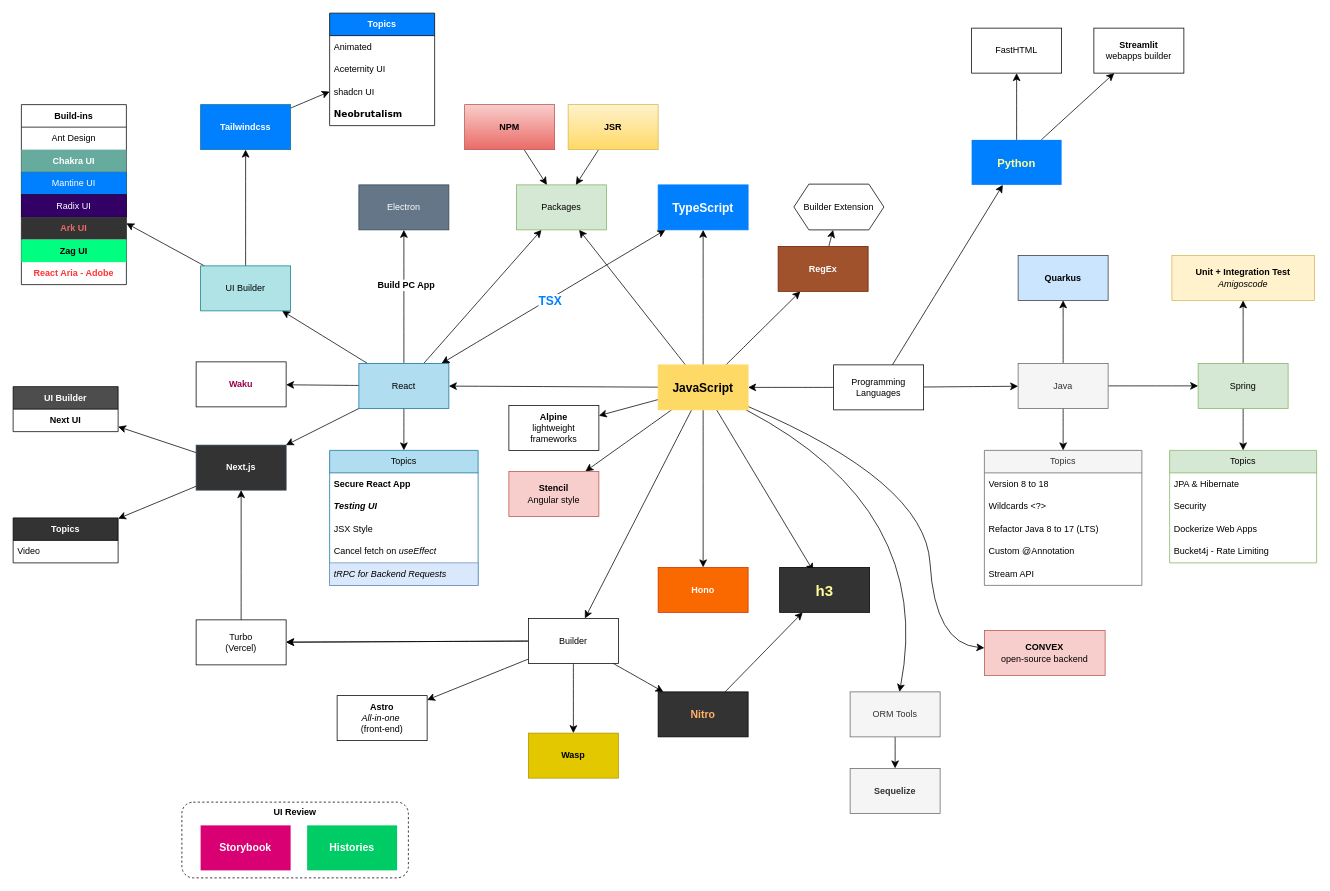
Earlier version of the draw.io diagram page "Web tech" (1 of 5) of Link_Bookmarks.drawio (sunflynf/diagram-only). Source tidied: cells renumbered, new cells numbered last; positions are measured from the earlier drawing's top-left corner, leaving out a move shared by most shapes. Both pictures are drawn from the tidied source at 75%, with x=0, y=0 at pixel (13, 13).
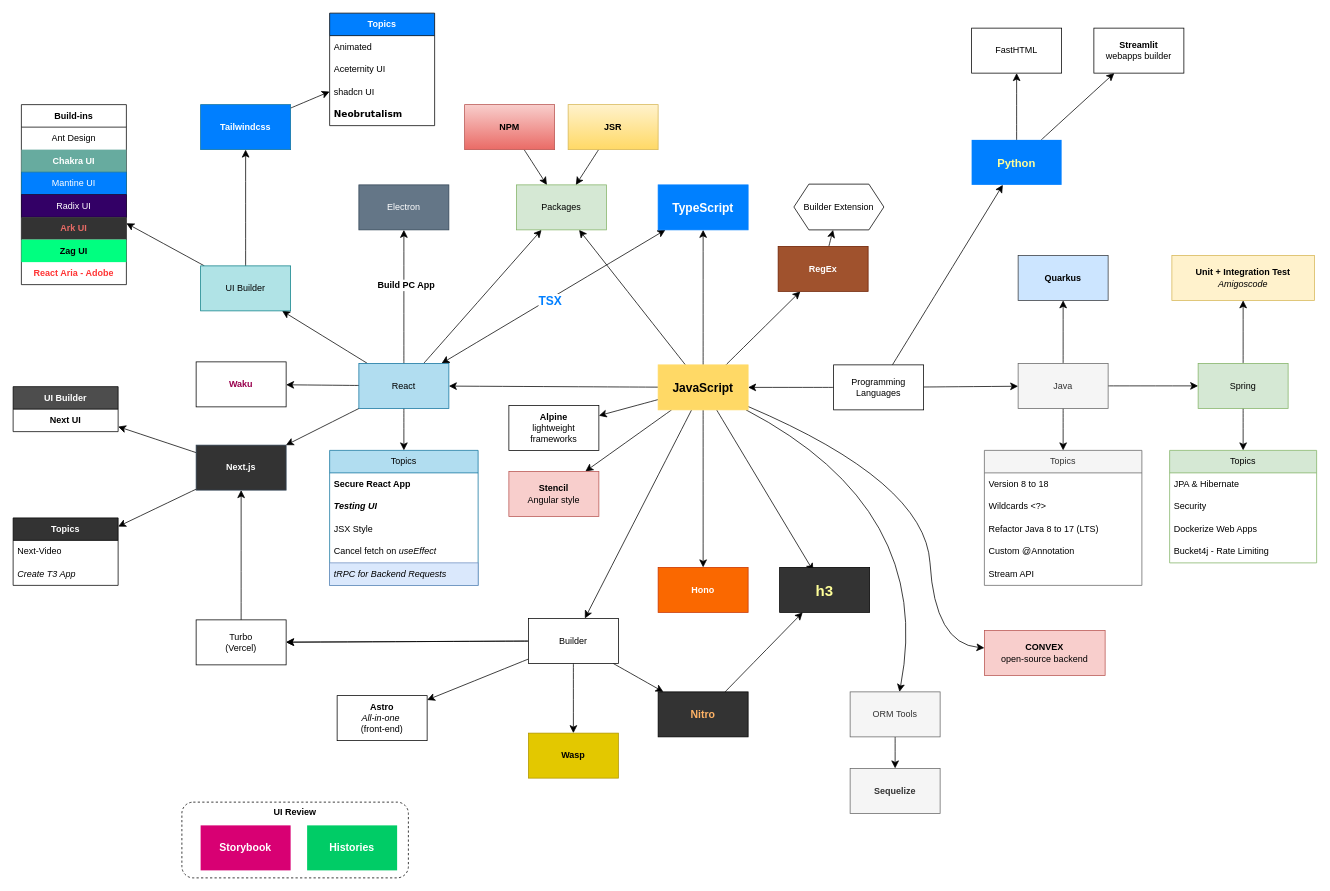
The same page after the edit.

Change to the diagram source:
```diff
@@
     <mxCell id="97" value="Topics" style="swimlane;fontStyle=1;horizontal=1;startSize=30;whiteSpace=wrap;html=1;fontColor=#FFFFFF;fillColor=#333333;" parent="1" vertex="1">
-      <mxGeometry y="673" width="140" height="60" as="geometry" />
+      <mxGeometry y="673" width="140" height="90" as="geometry" />
     </mxCell>
-    <mxCell id="98" value="Video" style="text;strokeColor=none;fillColor=none;align=left;verticalAlign=middle;spacingLeft=4;spacingRight=4;overflow=hidden;whiteSpace=wrap;html=1;" parent="97" vertex="1">
+    <mxCell id="98" value="&lt;div&gt;Next-Video&lt;/div&gt;" style="text;strokeColor=none;fillColor=none;align=left;verticalAlign=middle;spacingLeft=4;spacingRight=4;overflow=hidden;whiteSpace=wrap;html=1;" parent="97" vertex="1">
       <mxGeometry y="30" width="140" height="30" as="geometry" />
     </mxCell>
+    <mxCell id="118" value="Create T3 App" style="text;strokeColor=none;fillColor=none;align=left;verticalAlign=middle;spacingLeft=4;spacingRight=4;overflow=hidden;whiteSpace=wrap;html=1;fontStyle=2;" parent="97" vertex="1">
+      <mxGeometry y="60" width="140" height="30" as="geometry" />
+    </mxCell>
```
